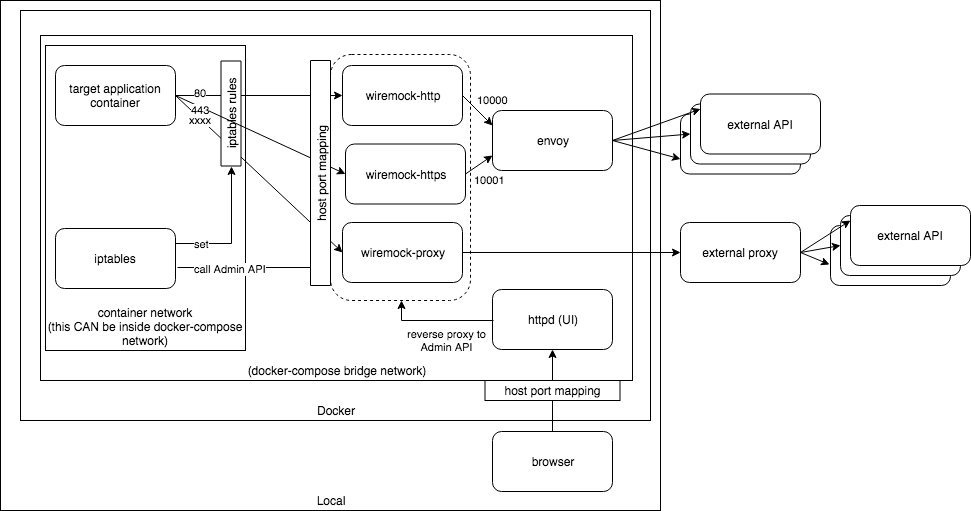
This is docs/RequestCatcherDiagram.png from s-shirayama/http-request-capture, a draw.io export, as it was before one commit. Source tidied: cells renumbered, new cells last; positions are measured from the earlier drawing's top-left corner, leaving out a move shared by most shapes.
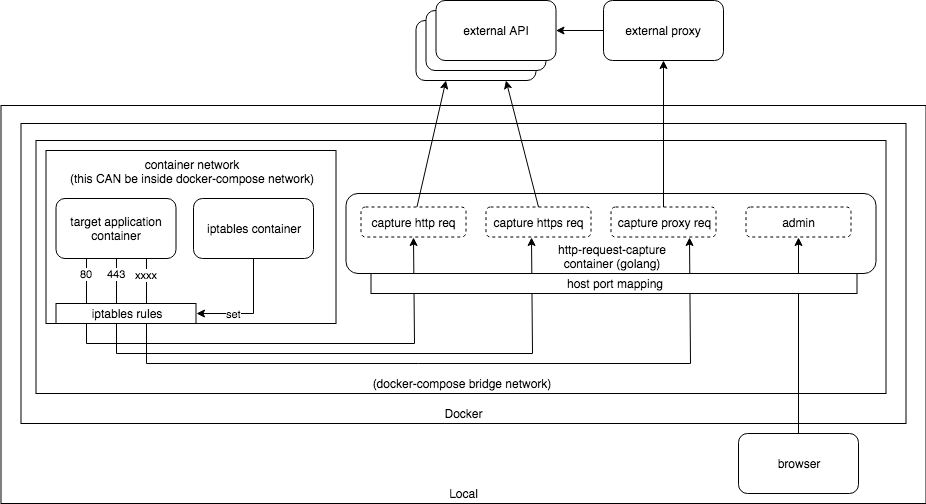
The same file after the commit.

Commit message:
Update README due to golang migration

Change to the diagram source:
```diff
@@ -3,128 +3,102 @@
     <mxCell id="0" />
     <mxCell id="1" parent="0" />
     <mxCell id="2" value="Local" style="rounded=0;whiteSpace=wrap;html=1;verticalAlign=bottom;" parent="1" vertex="1">
-      <mxGeometry width="660" height="510" as="geometry" />
+      <mxGeometry x="-2.5" y="102" width="925" height="398" as="geometry" />
     </mxCell>
     <mxCell id="3" value="Docker" style="rounded=0;whiteSpace=wrap;html=1;verticalAlign=bottom;" parent="1" vertex="1">
-      <mxGeometry x="20" y="10" width="630" height="410" as="geometry" />
+      <mxGeometry x="17.5" y="120" width="885" height="300" as="geometry" />
     </mxCell>
     <mxCell id="4" value="(docker-compose bridge network)" style="rounded=0;whiteSpace=wrap;html=1;verticalAlign=bottom;" parent="1" vertex="1">
-      <mxGeometry x="40" y="35" width="592" height="345" as="geometry" />
+      <mxGeometry x="32.5" y="137" width="850" height="253" as="geometry" />
     </mxCell>
-    <mxCell id="5" value="container network&lt;br&gt;(this CAN be inside docker-compose network)" style="rounded=0;whiteSpace=wrap;html=1;verticalAlign=bottom;" parent="1" vertex="1">
-      <mxGeometry x="45" y="45" width="200" height="305" as="geometry" />
+    <mxCell id="5" value="container network&lt;br&gt;(this CAN be inside docker-compose network)" style="rounded=0;whiteSpace=wrap;html=1;verticalAlign=upper;" parent="1" vertex="1">
+      <mxGeometry x="42.5" y="147" width="290" height="173" as="geometry" />
     </mxCell>
     <mxCell id="6" value="target application container" style="rounded=1;whiteSpace=wrap;html=1;" parent="1" vertex="1">
-      <mxGeometry x="55" y="65" width="120" height="60" as="geometry" />
+      <mxGeometry x="52.5" y="195" width="120" height="60" as="geometry" />
     </mxCell>
-    <mxCell id="7" value="envoy" style="rounded=1;whiteSpace=wrap;html=1;" parent="1" vertex="1">
-      <mxGeometry x="492" y="110" width="120" height="60" as="geometry" />
-    </mxCell>
-    <mxCell id="8" value="set" style="edgeStyle=orthogonalEdgeStyle;rounded=0;jettySize=auto;html=1;exitX=1;exitY=0.25;exitDx=0;exitDy=0;entryX=0;entryY=0.5;entryDx=0;entryDy=0;" parent="1" edge="1" source="9" target="34">
-      <mxGeometry x="-0.61" relative="1" as="geometry" />
+    <mxCell id="8" value="set" style="edgeStyle=orthogonalEdgeStyle;rounded=0;jettySize=auto;html=1;exitX=0.5;exitY=1;exitDx=0;exitDy=0;entryX=1;entryY=0.5;entryDx=0;entryDy=0;" parent="1" edge="1" source="9" target="34">
+      <mxGeometry x="-0.02" y="-20" relative="1" as="geometry">
+        <mxPoint x="-20" y="20" as="offset" />
+      </mxGeometry>
     </mxCell>
-    <mxCell id="9" value="iptables" style="rounded=1;whiteSpace=wrap;html=1;" parent="1" vertex="1">
-      <mxGeometry x="55" y="228" width="120" height="60" as="geometry" />
+    <mxCell id="9" value="iptables container" style="rounded=1;whiteSpace=wrap;html=1;" parent="1" vertex="1">
+      <mxGeometry x="190" y="195" width="120" height="60" as="geometry" />
     </mxCell>
     <mxCell id="10" value="external proxy" style="rounded=1;whiteSpace=wrap;html=1;" parent="1" vertex="1">
-      <mxGeometry x="680" y="222" width="120" height="60" as="geometry" />
+      <mxGeometry x="600" y="-3" width="120" height="60" as="geometry" />
     </mxCell>
     <mxCell id="11" value="external API" style="rounded=1;whiteSpace=wrap;html=1;" parent="1" vertex="1">
-      <mxGeometry x="680" y="113.5" width="120" height="60" as="geometry" />
+      <mxGeometry x="412.5" y="17" width="120" height="60" as="geometry" />
     </mxCell>
-    <mxCell id="12" value="httpd (UI)" style="rounded=1;whiteSpace=wrap;html=1;" parent="1" vertex="1">
-      <mxGeometry x="492" y="289" width="120" height="60" as="geometry" />
-    </mxCell>
     <mxCell id="13" value="external API" style="rounded=1;whiteSpace=wrap;html=1;" parent="1" vertex="1">
-      <mxGeometry x="690" y="103.5" width="120" height="60" as="geometry" />
+      <mxGeometry x="422.5" y="7" width="120" height="60" as="geometry" />
     </mxCell>
     <mxCell id="14" value="external API" style="rounded=1;whiteSpace=wrap;html=1;" parent="1" vertex="1">
-      <mxGeometry x="700" y="93.5" width="120" height="60" as="geometry" />
+      <mxGeometry x="432.5" y="-3" width="120" height="60" as="geometry" />
     </mxCell>
-    <mxCell id="15" style="endArrow=classic;html=1;exitX=1;exitY=0.5;exitDx=0;exitDy=0;entryX=0;entryY=0.5;entryDx=0;entryDy=0;" parent="1" edge="1" source="7" target="13">
-      <mxGeometry x="-0.79" y="10" relative="1" as="geometry" />
-    </mxCell>
+    <mxCell id="23" style="endArrow=classic;html=1;exitX=0;exitY=0.5;exitDx=0;exitDy=0;" parent="1" edge="1" source="10" target="14">
+      <mxGeometry x="-0.79" y="10" relative="1" as="geometry" />
+    </mxCell>
+    <mxCell id="24" value="browser" style="rounded=1;whiteSpace=wrap;html=1;" parent="1" vertex="1">
+      <mxGeometry x="735" y="430" width="120" height="60" as="geometry" />
+    </mxCell>
+    <mxCell id="29" value="http-request-capture&lt;br&gt;container (golang)" style="rounded=1;whiteSpace=wrap;html=1;align=center;verticalAlign=bottom;" parent="1" vertex="1">
+      <mxGeometry x="342.5" y="190" width="530" height="80" as="geometry" />
+    </mxCell>
+    <mxCell id="35" style="edgeStyle=orthogonalEdgeStyle;rounded=0;jettySize=auto;html=1;exitX=0.5;exitY=0;exitDx=0;exitDy=0;" parent="1" edge="1" source="42" target="10">
+      <mxGeometry relative="1" as="geometry" />
+    </mxCell>
+    <mxCell id="28" value="capture http req" style="rounded=1;whiteSpace=wrap;html=1;dashed=1;" parent="1" vertex="1">
+      <mxGeometry x="357.5" y="203.5" width="105" height="30" as="geometry" />
+    </mxCell>
+    <mxCell id="41" value="capture https req" style="rounded=1;whiteSpace=wrap;html=1;dashed=1;" parent="1" vertex="1">
+      <mxGeometry x="482.5" y="203.5" width="105" height="30" as="geometry" />
+    </mxCell>
+    <mxCell id="42" value="capture proxy req" style="rounded=1;whiteSpace=wrap;html=1;dashed=1;" parent="1" vertex="1">
+      <mxGeometry x="607.5" y="203.5" width="105" height="30" as="geometry" />
+    </mxCell>
+    <mxCell id="43" value="admin" style="rounded=1;whiteSpace=wrap;html=1;dashed=1;" parent="1" vertex="1">
+      <mxGeometry x="742.5" y="203.5" width="105" height="30" as="geometry" />
+    </mxCell>
-    <mxCell id="16" style="endArrow=classic;html=1;exitX=1;exitY=0.5;exitDx=0;exitDy=0;entryX=0;entryY=0.75;entryDx=0;entryDy=0;" parent="1" edge="1" source="7" target="11">
+    <mxCell id="16" style="endArrow=classic;html=1;entryX=0.25;entryY=1;entryDx=0;entryDy=0;" parent="1" edge="1" source="28" target="11">
       <mxGeometry x="-0.79" y="10" relative="1" as="geometry" />
     </mxCell>
-    <mxCell id="17" style="endArrow=classic;html=1;entryX=0;entryY=0.25;entryDx=0;entryDy=0;exitX=1;exitY=0.5;exitDx=0;exitDy=0;" parent="1" edge="1" source="7" target="14">
+    <mxCell id="17" style="endArrow=classic;html=1;entryX=0.75;entryY=1;entryDx=0;entryDy=0;exitX=0.5;exitY=0;exitDx=0;exitDy=0;" parent="1" edge="1" source="41" target="11">
       <mxGeometry x="-0.79" y="10" relative="1" as="geometry" />
     </mxCell>
-    <mxCell id="18" value="external API" style="rounded=1;whiteSpace=wrap;html=1;" parent="1" vertex="1">
-      <mxGeometry x="830" y="225" width="120" height="60" as="geometry" />
-    </mxCell>
-    <mxCell id="19" value="external API" style="rounded=1;whiteSpace=wrap;html=1;" parent="1" vertex="1">
-      <mxGeometry x="840" y="215" width="120" height="60" as="geometry" />
-    </mxCell>
-    <mxCell id="20" value="external API" style="rounded=1;whiteSpace=wrap;html=1;" parent="1" vertex="1">
-      <mxGeometry x="850" y="205" width="120" height="60" as="geometry" />
-    </mxCell>
-    <mxCell id="21" style="endArrow=classic;html=1;entryX=-0.008;entryY=0.65;entryDx=0;entryDy=0;entryPerimeter=0;" parent="1" edge="1" target="18">
-      <mxGeometry x="-0.79" y="10" relative="1" as="geometry">
-        <mxPoint x="800" y="252" as="sourcePoint" />
-      </mxGeometry>
-    </mxCell>
-    <mxCell id="22" style="endArrow=classic;html=1;entryX=0;entryY=0.5;entryDx=0;entryDy=0;exitX=1;exitY=0.5;exitDx=0;exitDy=0;" parent="1" edge="1" source="10" target="19">
-      <mxGeometry x="-0.79" y="10" relative="1" as="geometry" />
-    </mxCell>
-    <mxCell id="23" style="endArrow=classic;html=1;entryX=0;entryY=0.25;entryDx=0;entryDy=0;" parent="1" edge="1" target="20">
-      <mxGeometry x="-0.79" y="10" relative="1" as="geometry">
-        <mxPoint x="800" y="252" as="sourcePoint" />
-      </mxGeometry>
-    </mxCell>
-    <mxCell id="24" value="browser" style="rounded=1;whiteSpace=wrap;html=1;" parent="1" vertex="1">
-      <mxGeometry x="492" y="431" width="120" height="60" as="geometry" />
-    </mxCell>
-    <mxCell id="25" value="call Admin API" style="endArrow=classic;html=1;entryX=0;entryY=0.75;entryDx=0;entryDy=0;exitX=1.017;exitY=0.65;exitDx=0;exitDy=0;exitPerimeter=0;" parent="1" edge="1" source="9" target="30">
-      <mxGeometry x="-0.35" y="-1" relative="1" as="geometry" />
-    </mxCell>
-    <mxCell id="26" style="endArrow=classic;html=1;entryX=0.5;entryY=1;entryDx=0;entryDy=0;exitX=0.5;exitY=0;exitDx=0;exitDy=0;" parent="1" edge="1" source="24" target="12">
-      <mxGeometry x="-0.69" y="-1" relative="1" as="geometry" />
-    </mxCell>
-    <mxCell id="27" value="host port mapping" style="rounded=0;whiteSpace=wrap;html=1;rotation=0;direction=east;" parent="1" vertex="1">
-      <mxGeometry x="484.5" y="380" width="135" height="20" as="geometry" />
-    </mxCell>
-    <mxCell id="28" style="rounded=1;whiteSpace=wrap;html=1;dashed=1;" parent="1" vertex="1">
-      <mxGeometry x="330" y="54" width="140" height="246" as="geometry" />
-    </mxCell>
-    <mxCell id="29" value="wiremock-http" style="rounded=1;whiteSpace=wrap;html=1;" parent="1" vertex="1">
-      <mxGeometry x="342" y="65" width="120" height="60" as="geometry" />
-    </mxCell>
-    <mxCell id="30" value="wiremock-proxy" style="rounded=1;whiteSpace=wrap;html=1;" parent="1" vertex="1">
-      <mxGeometry x="342" y="222" width="120" height="60" as="geometry" />
-    </mxCell>
-    <mxCell id="31" value="wiremock-https" style="rounded=1;whiteSpace=wrap;html=1;" parent="1" vertex="1">
-      <mxGeometry x="345" y="143.5" width="120" height="60" as="geometry" />
-    </mxCell>
+    <mxCell id="44" style="edgeStyle=orthogonalEdgeStyle;rounded=0;jettySize=auto;html=1;exitX=0.5;exitY=0;exitDx=0;exitDy=0;entryX=0.5;entryY=1;entryDx=0;entryDy=0;" parent="1" edge="1" source="24" target="43">
+      <mxGeometry relative="1" as="geometry" />
+    </mxCell>
-    <mxCell id="32" value="80" style="endArrow=classic;html=1;entryX=0;entryY=0.5;entryDx=0;entryDy=0;exitX=1;exitY=0.5;exitDx=0;exitDy=0;" parent="1" edge="1" source="6" target="29">
-      <mxGeometry x="-0.7" y="3" relative="1" as="geometry" />
+    <mxCell id="32" value="80" style="edgeStyle=orthogonalEdgeStyle;rounded=0;jettySize=auto;html=1;exitX=0.25;exitY=1;exitDx=0;exitDy=0;entryX=0.5;entryY=1;entryDx=0;entryDy=0;" parent="1" edge="1" source="6" target="28">
+      <mxGeometry x="-0.94" relative="1" as="geometry">
+        <Array as="points">
+          <mxPoint x="82.5" y="340" />
+          <mxPoint x="410.5" y="340" />
+        </Array>
+      </mxGeometry>
     </mxCell>
+    <mxCell id="38" value="443" style="edgeStyle=orthogonalEdgeStyle;rounded=0;jettySize=auto;html=1;exitX=0.5;exitY=1;exitDx=0;exitDy=0;entryX=0.438;entryY=1;entryDx=0;entryDy=0;entryPerimeter=0;" parent="1" edge="1" source="6" target="41">
+      <mxGeometry x="-0.95" relative="1" as="geometry">
+        <Array as="points">
+          <mxPoint x="112.5" y="350" />
+          <mxPoint x="528.5" y="350" />
+        </Array>
+      </mxGeometry>
+    </mxCell>
-    <mxCell id="33" value="xxxx" style="endArrow=classic;html=1;entryX=0;entryY=0.5;entryDx=0;entryDy=0;exitX=1;exitY=0.5;exitDx=0;exitDy=0;" parent="1" edge="1" source="6" target="30">
-      <mxGeometry x="-0.69" y="-1" relative="1" as="geometry" />
+    <mxCell id="33" value="xxxx" style="edgeStyle=orthogonalEdgeStyle;rounded=0;jettySize=auto;html=1;exitX=0.75;exitY=1;exitDx=0;exitDy=0;entryX=0.75;entryY=1;entryDx=0;entryDy=0;" parent="1" edge="1" source="6" target="42">
+      <mxGeometry x="-0.96" relative="1" as="geometry">
+        <Array as="points">
+          <mxPoint x="142.5" y="360" />
+          <mxPoint x="686.5" y="360" />
+        </Array>
+      </mxGeometry>
     </mxCell>
+    <mxCell id="39" value="host port mapping" style="rounded=0;whiteSpace=wrap;html=1;rotation=0;direction=east;" parent="1" vertex="1">
+      <mxGeometry x="367.5" y="270" width="486" height="20" as="geometry" />
+    </mxCell>
-    <mxCell id="34" value="iptables rules" style="rounded=0;whiteSpace=wrap;html=1;rotation=-90;" parent="1" vertex="1">
-      <mxGeometry x="178" y="103" width="105" height="20" as="geometry" />
+    <mxCell id="34" value="iptables rules" style="rounded=0;whiteSpace=wrap;html=1;rotation=0;" parent="1" vertex="1">
+      <mxGeometry x="52.5" y="300" width="140" height="20" as="geometry" />
     </mxCell>
-    <mxCell id="35" style="edgeStyle=orthogonalEdgeStyle;rounded=0;jettySize=auto;html=1;exitX=1;exitY=0.5;exitDx=0;exitDy=0;" parent="1" edge="1" source="30" target="10">
-      <mxGeometry relative="1" as="geometry" />
-    </mxCell>
-    <mxCell id="36" value="10001" style="endArrow=classic;html=1;entryX=0;entryY=0.75;entryDx=0;entryDy=0;exitX=1;exitY=0.5;exitDx=0;exitDy=0;" parent="1" edge="1" source="31" target="7">
-      <mxGeometry x="0.04" y="-19" relative="1" as="geometry" />
-    </mxCell>
-    <mxCell id="37" value="10000" style="endArrow=classic;html=1;entryX=0;entryY=0.25;entryDx=0;entryDy=0;exitX=1;exitY=0.5;exitDx=0;exitDy=0;" parent="1" edge="1" source="29" target="7">
-      <mxGeometry x="0.17" y="18" relative="1" as="geometry" />
-    </mxCell>
-    <mxCell id="38" value="443" style="endArrow=classic;html=1;entryX=0;entryY=0.5;entryDx=0;entryDy=0;exitX=1;exitY=0.5;exitDx=0;exitDy=0;" parent="1" edge="1" source="6" target="31">
-      <mxGeometry x="-0.69" y="-3" relative="1" as="geometry" />
-    </mxCell>
-    <mxCell id="39" value="host port mapping" style="rounded=0;whiteSpace=wrap;html=1;rotation=-90;direction=east;" parent="1" vertex="1">
-      <mxGeometry x="207.5" y="162.5" width="225" height="20" as="geometry" />
-    </mxCell>
-    <mxCell id="40" value="reverse proxy to&lt;br&gt;Admin API" style="edgeStyle=orthogonalEdgeStyle;rounded=0;orthogonalLoop=1;jettySize=auto;html=1;entryX=0.5;entryY=1;entryDx=0;entryDy=0;" parent="1" edge="1">
-      <mxGeometry x="-0.17" y="20" relative="1" as="geometry">
-        <mxPoint x="493" y="320" as="sourcePoint" />
-        <mxPoint x="401" y="300" as="targetPoint" />
-      </mxGeometry>
-    </mxCell>
   </root>
 </mxGraphModel>
```
